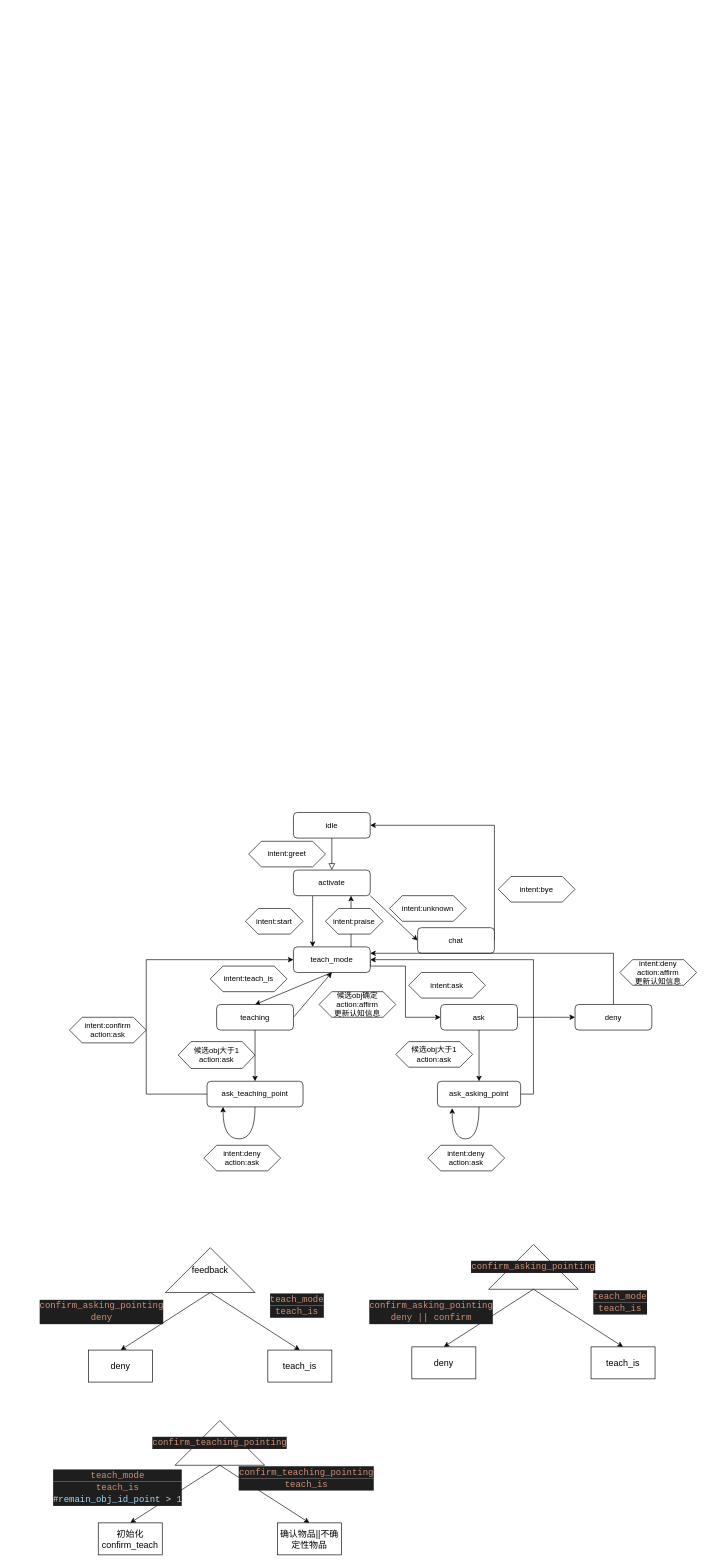
Above: 2.14 lua version.drawio in tongbc/algorithm (draw.io), before the change. Source tidied: cells renumbered, new cells numbered last; positions are measured from the earlier drawing's top-left corner, leaving out a move shared by most shapes. Both pictures are drawn from the tidied source at 64%, with x=0, y=0 at pixel (40, 812).
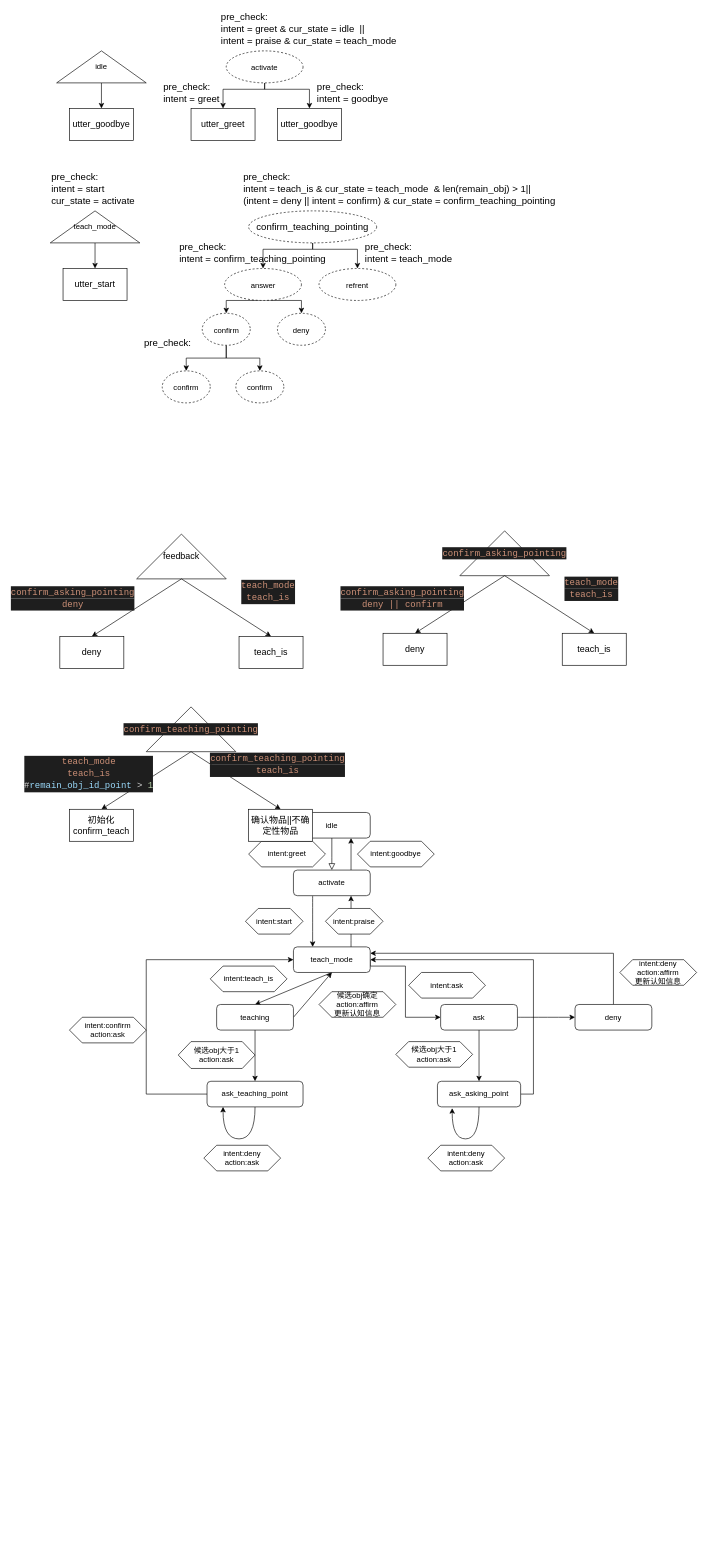
The same page after the edit.

The change refers to these unchanged cells:
```xml
<mxCell id="3" value="idle" style="rounded=1;whiteSpace=wrap;html=1;fontSize=12;glass=0;strokeWidth=1;shadow=0;" parent="1" vertex="1">
  <mxGeometry x="395" width="120" height="40" as="geometry" />
</mxCell>
<mxCell id="6" value="activate" style="rounded=1;whiteSpace=wrap;html=1;fontSize=12;glass=0;strokeWidth=1;shadow=0;" parent="1" vertex="1">
  <mxGeometry x="395" y="90" width="120" height="40" as="geometry" />
</mxCell>
```

What changed in the source:
```diff
@@
     <mxCell id="2" style="rounded=0;html=1;jettySize=auto;fontSize=11;endArrow=block;endFill=0;endSize=8;strokeWidth=1;shadow=0;labelBackgroundColor=none;edgeStyle=orthogonalEdgeStyle;entryX=0.5;entryY=0;entryDx=0;entryDy=0;" parent="1" edge="1" source="3" target="6">
-      <mxGeometry relative="1" as="geometry" />
+      <mxGeometry relative="1" as="geometry">
+        <Array as="points">
+          <mxPoint x="455" y="70" />
+          <mxPoint x="455" y="70" />
+        </Array>
+      </mxGeometry>
     </mxCell>
@@
-    <mxCell id="4" style="rounded=0;jettySize=auto;html=1;exitX=1;exitY=1;exitDx=0;exitDy=0;entryX=0;entryY=0.5;entryDx=0;entryDy=0;" parent="1" edge="1" source="6" target="13">
-      <mxGeometry relative="1" as="geometry" />
-    </mxCell>
@@
+    <mxCell id="62" style="edgeStyle=orthogonalEdgeStyle;rounded=0;jettySize=auto;html=1;exitX=0.75;exitY=0;exitDx=0;exitDy=0;entryX=0.75;entryY=1;entryDx=0;entryDy=0;" parent="1" edge="1" source="6" target="3">
+      <mxGeometry relative="1" as="geometry" />
+    </mxCell>
@@
-    <mxCell id="12" style="edgeStyle=none;rounded=0;jettySize=auto;html=1;exitX=1;exitY=0.5;exitDx=0;exitDy=0;entryX=1;entryY=0.5;entryDx=0;entryDy=0;" parent="1" edge="1" source="13" target="3">
-      <mxGeometry relative="1" as="geometry">
-        <Array as="points">
-          <mxPoint x="709" y="20" />
-        </Array>
-      </mxGeometry>
-    </mxCell>
-    <mxCell id="13" value="chat" style="rounded=1;whiteSpace=wrap;html=1;fontSize=12;glass=0;strokeWidth=1;shadow=0;" parent="1" vertex="1">
-      <mxGeometry x="589" y="180" width="120" height="40" as="geometry" />
-    </mxCell>
-    <mxCell id="14" value="&lt;span&gt;intent:unknown&lt;/span&gt;" style="shape=hexagon;perimeter=hexagonPerimeter2;whiteSpace=wrap;html=1;fixedSize=1;" parent="1" vertex="1">
-      <mxGeometry x="545" y="130" width="120" height="40" as="geometry" />
-    </mxCell>
@@
-    <mxCell id="16" value="&lt;span&gt;intent:bye&lt;/span&gt;" style="shape=hexagon;perimeter=hexagonPerimeter2;whiteSpace=wrap;html=1;fixedSize=1;" parent="1" vertex="1">
-      <mxGeometry x="715" y="100" width="120" height="40" as="geometry" />
-    </mxCell>
@@
     <mxCell id="41" value="&lt;font style=&quot;font-size: 14px&quot;&gt;feedback&lt;/font&gt;" style="triangle;whiteSpace=wrap;html=1;direction=north;" parent="1" vertex="1">
-      <mxGeometry x="195" y="680" width="140" height="70" as="geometry" />
+      <mxGeometry x="150" y="-435" width="140" height="70" as="geometry" />
     </mxCell>
@@
     <mxCell id="44" value="deny" style="rounded=0;whiteSpace=wrap;html=1;fontSize=14;" parent="1" vertex="1">
-      <mxGeometry x="75" y="840" width="100" height="50" as="geometry" />
+      <mxGeometry x="30" y="-275" width="100" height="50" as="geometry" />
     </mxCell>
     <mxCell id="45" value="teach_is" style="rounded=0;whiteSpace=wrap;html=1;fontSize=14;" parent="1" vertex="1">
-      <mxGeometry x="355" y="840" width="100" height="50" as="geometry" />
+      <mxGeometry x="310" y="-275" width="100" height="50" as="geometry" />
     </mxCell>
     <mxCell id="46" value="&lt;div style=&quot;color: rgb(212 , 212 , 212) ; background-color: rgb(30 , 30 , 30) ; font-family: &amp;#34;consolas&amp;#34; , &amp;#34;courier new&amp;#34; , monospace ; line-height: 19px&quot;&gt;&lt;span style=&quot;color: #ce9178&quot;&gt;confirm_asking_pointing&lt;/span&gt;&lt;/div&gt;&lt;div style=&quot;color: rgb(212 , 212 , 212) ; background-color: rgb(30 , 30 , 30) ; font-family: &amp;#34;consolas&amp;#34; , &amp;#34;courier new&amp;#34; , monospace ; line-height: 19px&quot;&gt;&lt;span style=&quot;color: #ce9178&quot;&gt;deny&lt;/span&gt;&lt;/div&gt;" style="text;html=1;align=center;verticalAlign=middle;strokeColor=none;fillColor=none;fontSize=14;" parent="1" vertex="1">
-      <mxGeometry y="760" width="190" height="40" as="geometry" />
+      <mxGeometry x="-45" y="-355" width="190" height="40" as="geometry" />
     </mxCell>
     <mxCell id="47" value="&lt;div style=&quot;color: rgb(212 , 212 , 212) ; background-color: rgb(30 , 30 , 30) ; font-family: &amp;#34;consolas&amp;#34; , &amp;#34;courier new&amp;#34; , monospace ; line-height: 19px&quot;&gt;&lt;span style=&quot;color: #ce9178&quot;&gt;teach_mode&lt;/span&gt;&lt;/div&gt;&lt;div style=&quot;color: rgb(212 , 212 , 212) ; background-color: rgb(30 , 30 , 30) ; font-family: &amp;#34;consolas&amp;#34; , &amp;#34;courier new&amp;#34; , monospace ; line-height: 19px&quot;&gt;&lt;span style=&quot;color: #ce9178&quot;&gt;teach_is&lt;/span&gt;&lt;/div&gt;" style="text;html=1;align=center;verticalAlign=middle;strokeColor=none;fillColor=none;fontSize=14;" parent="1" vertex="1">
-      <mxGeometry x="355" y="750" width="90" height="40" as="geometry" />
+      <mxGeometry x="310" y="-365" width="90" height="40" as="geometry" />
     </mxCell>
     <mxCell id="48" value="&lt;div style=&quot;color: rgb(212 , 212 , 212) ; background-color: rgb(30 , 30 , 30) ; font-family: &amp;#34;consolas&amp;#34; , &amp;#34;courier new&amp;#34; , monospace ; font-size: 14px ; line-height: 19px&quot;&gt;&lt;span style=&quot;color: #ce9178&quot;&gt;confirm_asking_pointing&lt;/span&gt;&lt;/div&gt;" style="triangle;whiteSpace=wrap;html=1;direction=north;" parent="1" vertex="1">
-      <mxGeometry x="700" y="675" width="140" height="70" as="geometry" />
+      <mxGeometry x="655" y="-440" width="140" height="70" as="geometry" />
     </mxCell>
@@
     <mxCell id="51" value="deny" style="rounded=0;whiteSpace=wrap;html=1;fontSize=14;" parent="1" vertex="1">
-      <mxGeometry x="580" y="835" width="100" height="50" as="geometry" />
+      <mxGeometry x="535" y="-280" width="100" height="50" as="geometry" />
     </mxCell>
     <mxCell id="52" value="teach_is" style="rounded=0;whiteSpace=wrap;html=1;fontSize=14;" parent="1" vertex="1">
-      <mxGeometry x="860" y="835" width="100" height="50" as="geometry" />
+      <mxGeometry x="815" y="-280" width="100" height="50" as="geometry" />
     </mxCell>
     <mxCell id="53" value="&lt;div style=&quot;color: rgb(212 , 212 , 212) ; background-color: rgb(30 , 30 , 30) ; font-family: &amp;#34;consolas&amp;#34; , &amp;#34;courier new&amp;#34; , monospace ; line-height: 19px&quot;&gt;&lt;span style=&quot;color: #ce9178&quot;&gt;teach_mode&lt;/span&gt;&lt;/div&gt;&lt;div style=&quot;color: rgb(212 , 212 , 212) ; background-color: rgb(30 , 30 , 30) ; font-family: &amp;#34;consolas&amp;#34; , &amp;#34;courier new&amp;#34; , monospace ; line-height: 19px&quot;&gt;&lt;span style=&quot;color: #ce9178&quot;&gt;teach_is&lt;/span&gt;&lt;/div&gt;" style="text;html=1;align=center;verticalAlign=middle;strokeColor=none;fillColor=none;fontSize=14;" parent="1" vertex="1">
-      <mxGeometry x="860" y="745" width="90" height="40" as="geometry" />
+      <mxGeometry x="815" y="-370" width="90" height="40" as="geometry" />
     </mxCell>
     <mxCell id="54" value="&lt;div style=&quot;color: rgb(212 , 212 , 212) ; background-color: rgb(30 , 30 , 30) ; font-family: &amp;#34;consolas&amp;#34; , &amp;#34;courier new&amp;#34; , monospace ; line-height: 19px&quot;&gt;&lt;span style=&quot;color: #ce9178&quot;&gt;confirm_asking_pointing&lt;/span&gt;&lt;/div&gt;&lt;div style=&quot;color: rgb(212 , 212 , 212) ; background-color: rgb(30 , 30 , 30) ; font-family: &amp;#34;consolas&amp;#34; , &amp;#34;courier new&amp;#34; , monospace ; line-height: 19px&quot;&gt;&lt;span style=&quot;color: #ce9178&quot;&gt;deny || confirm&lt;br&gt;&lt;/span&gt;&lt;/div&gt;" style="text;html=1;align=center;verticalAlign=middle;strokeColor=none;fillColor=none;fontSize=14;" parent="1" vertex="1">
-      <mxGeometry x="515" y="760" width="190" height="40" as="geometry" />
+      <mxGeometry x="470" y="-355" width="190" height="40" as="geometry" />
     </mxCell>
     <mxCell id="55" value="&lt;div style=&quot;color: rgb(212 , 212 , 212) ; background-color: rgb(30 , 30 , 30) ; font-family: &amp;#34;consolas&amp;#34; , &amp;#34;courier new&amp;#34; , monospace ; font-size: 14px ; line-height: 19px&quot;&gt;&lt;div style=&quot;font-family: &amp;#34;consolas&amp;#34; , &amp;#34;courier new&amp;#34; , monospace ; line-height: 19px&quot;&gt;&lt;span style=&quot;color: #ce9178&quot;&gt;confirm_teaching_pointing&lt;/span&gt;&lt;/div&gt;&lt;/div&gt;" style="triangle;whiteSpace=wrap;html=1;direction=north;" parent="1" vertex="1">
-      <mxGeometry x="210" y="950" width="140" height="70" as="geometry" />
+      <mxGeometry x="165" y="-165" width="140" height="70" as="geometry" />
     </mxCell>
@@
     <mxCell id="58" value="初始化confirm_teach" style="rounded=0;whiteSpace=wrap;html=1;fontSize=14;" parent="1" vertex="1">
-      <mxGeometry x="90" y="1110" width="100" height="50" as="geometry" />
+      <mxGeometry x="45" y="-5" width="100" height="50" as="geometry" />
     </mxCell>
     <mxCell id="59" value="确认物品||不确定性物品" style="rounded=0;whiteSpace=wrap;html=1;fontSize=14;" parent="1" vertex="1">
-      <mxGeometry x="370" y="1110" width="100" height="50" as="geometry" />
+      <mxGeometry x="325" y="-5" width="100" height="50" as="geometry" />
     </mxCell>
     <mxCell id="60" value="&lt;div style=&quot;color: rgb(212 , 212 , 212) ; background-color: rgb(30 , 30 , 30) ; font-family: &amp;#34;consolas&amp;#34; , &amp;#34;courier new&amp;#34; , monospace ; line-height: 19px&quot;&gt;&lt;span style=&quot;color: rgb(206 , 145 , 120)&quot;&gt;confirm_teaching_pointing&lt;/span&gt;&lt;br&gt;&lt;/div&gt;&lt;div style=&quot;color: rgb(212 , 212 , 212) ; background-color: rgb(30 , 30 , 30) ; font-family: &amp;#34;consolas&amp;#34; , &amp;#34;courier new&amp;#34; , monospace ; line-height: 19px&quot;&gt;&lt;span style=&quot;color: #ce9178&quot;&gt;teach_is&lt;/span&gt;&lt;/div&gt;" style="text;html=1;align=center;verticalAlign=middle;strokeColor=none;fillColor=none;fontSize=14;" parent="1" vertex="1">
-      <mxGeometry x="310" y="1020" width="210" height="40" as="geometry" />
+      <mxGeometry x="265" y="-95" width="210" height="40" as="geometry" />
     </mxCell>
     <mxCell id="61" value="&lt;div style=&quot;color: rgb(212 , 212 , 212) ; background-color: rgb(30 , 30 , 30) ; font-family: &amp;#34;consolas&amp;#34; , &amp;#34;courier new&amp;#34; , monospace ; line-height: 19px&quot;&gt;&lt;div style=&quot;font-family: &amp;#34;consolas&amp;#34; , &amp;#34;courier new&amp;#34; , monospace ; line-height: 19px&quot;&gt;&lt;span style=&quot;color: #ce9178&quot;&gt;teach_mode&lt;/span&gt;&lt;/div&gt;&lt;/div&gt;&lt;div style=&quot;color: rgb(212 , 212 , 212) ; background-color: rgb(30 , 30 , 30) ; font-family: &amp;#34;consolas&amp;#34; , &amp;#34;courier new&amp;#34; , monospace ; line-height: 19px&quot;&gt;&lt;div style=&quot;font-family: &amp;#34;consolas&amp;#34; , &amp;#34;courier new&amp;#34; , monospace ; line-height: 19px&quot;&gt;&lt;span style=&quot;color: #ce9178&quot;&gt;teach_is&lt;/span&gt;&lt;/div&gt;&lt;div style=&quot;font-family: &amp;#34;consolas&amp;#34; , &amp;#34;courier new&amp;#34; , monospace ; line-height: 19px&quot;&gt;&lt;div style=&quot;line-height: 19px&quot;&gt;#&lt;span style=&quot;color: #9cdcfe&quot;&gt;remain_obj_id_point&lt;/span&gt; &amp;gt; &lt;span style=&quot;color: #b5cea8&quot;&gt;1&lt;/span&gt;&lt;/div&gt;&lt;/div&gt;&lt;/div&gt;" style="text;html=1;align=center;verticalAlign=middle;strokeColor=none;fillColor=none;fontSize=14;" parent="1" vertex="1">
-      <mxGeometry x="20" y="1025" width="200" height="60" as="geometry" />
+      <mxGeometry x="-25" y="-90" width="200" height="60" as="geometry" />
     </mxCell>
+    <mxCell id="63" value="&lt;span&gt;intent:goodbye&lt;/span&gt;" style="shape=hexagon;perimeter=hexagonPerimeter2;whiteSpace=wrap;html=1;fixedSize=1;" parent="1" vertex="1">
+      <mxGeometry x="495" y="45" width="120" height="40" as="geometry" />
+    </mxCell>
+    <mxCell id="64" style="edgeStyle=orthogonalEdgeStyle;rounded=0;jettySize=auto;html=1;exitX=0;exitY=0.5;exitDx=0;exitDy=0;entryX=0.5;entryY=0;entryDx=0;entryDy=0;" parent="1" edge="1" source="65" target="67">
+      <mxGeometry relative="1" as="geometry" />
+    </mxCell>
+    <mxCell id="65" value="idle" style="triangle;whiteSpace=wrap;html=1;direction=north;" parent="1" vertex="1">
+      <mxGeometry x="25" y="-1190" width="140" height="50" as="geometry" />
+    </mxCell>
+    <mxCell id="66" value="&lt;font style=&quot;font-size: 15px&quot;&gt;pre_check:&lt;br&gt;intent = start&lt;br&gt;cur_state = activate&lt;/font&gt;" style="text;html=1;align=left;verticalAlign=middle;strokeColor=none;fillColor=none;" parent="1" vertex="1">
+      <mxGeometry x="15" y="-1000" width="150" height="50" as="geometry" />
+    </mxCell>
+    <mxCell id="67" value="utter_goodbye" style="rounded=0;whiteSpace=wrap;html=1;fontSize=14;" parent="1" vertex="1">
+      <mxGeometry x="45" y="-1100" width="100" height="50" as="geometry" />
+    </mxCell>
+    <mxCell id="68" style="edgeStyle=orthogonalEdgeStyle;rounded=0;jettySize=auto;html=1;exitX=0;exitY=0.5;exitDx=0;exitDy=0;entryX=0.5;entryY=0;entryDx=0;entryDy=0;" parent="1" edge="1" target="70">
+      <mxGeometry relative="1" as="geometry">
+        <mxPoint x="350" y="-1140" as="sourcePoint" />
+        <Array as="points">
+          <mxPoint x="350" y="-1130" />
+          <mxPoint x="285" y="-1130" />
+        </Array>
+      </mxGeometry>
+    </mxCell>
+    <mxCell id="69" value="&lt;font style=&quot;font-size: 15px&quot;&gt;pre_check:&lt;br&gt;intent = greet &amp;amp; cur_state = idle&amp;nbsp; ||&lt;br&gt;intent = praise &amp;amp; cur_state = teach_mode&lt;br&gt;&lt;/font&gt;" style="text;html=1;align=left;verticalAlign=middle;strokeColor=none;fillColor=none;" parent="1" vertex="1">
+      <mxGeometry x="280" y="-1250" width="290" height="50" as="geometry" />
+    </mxCell>
+    <mxCell id="70" value="utter_greet" style="rounded=0;whiteSpace=wrap;html=1;fontSize=14;" parent="1" vertex="1">
+      <mxGeometry x="235" y="-1100" width="100" height="50" as="geometry" />
+    </mxCell>
+    <mxCell id="71" style="edgeStyle=orthogonalEdgeStyle;rounded=0;jettySize=auto;html=1;exitX=0.5;exitY=1;exitDx=0;exitDy=0;entryX=0.5;entryY=0;entryDx=0;entryDy=0;fontSize=15;" parent="1" edge="1" source="72" target="73">
+      <mxGeometry relative="1" as="geometry">
+        <Array as="points">
+          <mxPoint x="350" y="-1130" />
+          <mxPoint x="420" y="-1130" />
+        </Array>
+      </mxGeometry>
+    </mxCell>
+    <mxCell id="72" value="&lt;span style=&quot;font-size: 12px&quot;&gt;activate&lt;/span&gt;" style="ellipse;whiteSpace=wrap;html=1;fontSize=15;dashed=1;" parent="1" vertex="1">
+      <mxGeometry x="290" y="-1190" width="120" height="50" as="geometry" />
+    </mxCell>
+    <mxCell id="73" value="utter_goodbye" style="rounded=0;whiteSpace=wrap;html=1;fontSize=14;" parent="1" vertex="1">
+      <mxGeometry x="370" y="-1100" width="100" height="50" as="geometry" />
+    </mxCell>
+    <mxCell id="74" value="&lt;font style=&quot;font-size: 15px&quot;&gt;pre_check:&lt;br&gt;intent = greet&lt;br&gt;&lt;/font&gt;" style="text;html=1;align=left;verticalAlign=middle;strokeColor=none;fillColor=none;" parent="1" vertex="1">
+      <mxGeometry x="190" y="-1140" width="100" height="30" as="geometry" />
+    </mxCell>
+    <mxCell id="75" value="&lt;font style=&quot;font-size: 15px&quot;&gt;pre_check:&lt;br&gt;intent = goodbye&lt;br&gt;&lt;/font&gt;" style="text;html=1;align=left;verticalAlign=middle;strokeColor=none;fillColor=none;" parent="1" vertex="1">
+      <mxGeometry x="430" y="-1140" width="130" height="30" as="geometry" />
+    </mxCell>
+    <mxCell id="76" style="edgeStyle=orthogonalEdgeStyle;rounded=0;jettySize=auto;html=1;exitX=0;exitY=0.5;exitDx=0;exitDy=0;entryX=0.5;entryY=0;entryDx=0;entryDy=0;" parent="1" edge="1" source="77" target="78">
+      <mxGeometry relative="1" as="geometry" />
+    </mxCell>
+    <mxCell id="77" value="teach_mode" style="triangle;whiteSpace=wrap;html=1;direction=north;" parent="1" vertex="1">
+      <mxGeometry x="15" y="-940" width="140" height="50" as="geometry" />
+    </mxCell>
+    <mxCell id="78" value="utter_start" style="rounded=0;whiteSpace=wrap;html=1;fontSize=14;" parent="1" vertex="1">
+      <mxGeometry x="35" y="-850" width="100" height="50" as="geometry" />
+    </mxCell>
+    <mxCell id="79" value="&lt;font style=&quot;font-size: 15px&quot;&gt;pre_check:&lt;br&gt;intent = teach_is &amp;amp; cur_state = teach_mode&amp;nbsp; &amp;amp; len(remain_obj) &amp;gt; 1||&lt;br&gt;(intent = deny || intent = confirm) &amp;amp; cur_state = confirm_teaching_pointing&lt;br&gt;&lt;/font&gt;" style="text;html=1;align=left;verticalAlign=middle;strokeColor=none;fillColor=none;" parent="1" vertex="1">
+      <mxGeometry x="315" y="-1000" width="510" height="50" as="geometry" />
+    </mxCell>
+    <mxCell id="80" style="edgeStyle=orthogonalEdgeStyle;rounded=0;jettySize=auto;html=1;exitX=0.5;exitY=1;exitDx=0;exitDy=0;entryX=0.5;entryY=0;entryDx=0;entryDy=0;fontSize=15;" parent="1" edge="1" source="82">
+      <mxGeometry relative="1" as="geometry">
+        <mxPoint x="495" y="-850" as="targetPoint" />
+        <Array as="points">
+          <mxPoint x="425" y="-880" />
+          <mxPoint x="495" y="-880" />
+        </Array>
+      </mxGeometry>
+    </mxCell>
+    <mxCell id="81" style="edgeStyle=orthogonalEdgeStyle;rounded=0;jettySize=auto;html=1;exitX=0.5;exitY=1;exitDx=0;exitDy=0;entryX=0.5;entryY=0;entryDx=0;entryDy=0;fontSize=15;fontColor=#000000;" parent="1" edge="1" source="82" target="87">
+      <mxGeometry relative="1" as="geometry">
+        <Array as="points">
+          <mxPoint x="425" y="-880" />
+          <mxPoint x="348" y="-880" />
+        </Array>
+      </mxGeometry>
+    </mxCell>
+    <mxCell id="82" value="confirm_teaching_pointing" style="ellipse;whiteSpace=wrap;html=1;fontSize=15;dashed=1;" parent="1" vertex="1">
+      <mxGeometry x="325" y="-940" width="200" height="50" as="geometry" />
+    </mxCell>
+    <mxCell id="83" value="&lt;font style=&quot;font-size: 15px&quot;&gt;pre_check:&lt;br&gt;intent = confirm_teaching_pointing&lt;br&gt;&lt;/font&gt;" style="text;html=1;align=left;verticalAlign=middle;strokeColor=none;fillColor=none;" parent="1" vertex="1">
+      <mxGeometry x="215" y="-890" width="250" height="30" as="geometry" />
+    </mxCell>
+    <mxCell id="84" value="&lt;font style=&quot;font-size: 15px&quot;&gt;pre_check:&lt;br&gt;intent = teach_mode&lt;br&gt;&lt;/font&gt;" style="text;html=1;align=left;verticalAlign=middle;strokeColor=none;fillColor=none;" parent="1" vertex="1">
+      <mxGeometry x="505" y="-890" width="150" height="30" as="geometry" />
+    </mxCell>
+    <mxCell id="85" style="edgeStyle=orthogonalEdgeStyle;rounded=0;jettySize=auto;html=1;exitX=0.5;exitY=1;exitDx=0;exitDy=0;entryX=0.5;entryY=0;entryDx=0;entryDy=0;fontSize=15;fontColor=#000000;" parent="1" edge="1" source="87" target="91">
+      <mxGeometry relative="1" as="geometry">
+        <Array as="points">
+          <mxPoint x="290.5" y="-800" />
+        </Array>
+      </mxGeometry>
+    </mxCell>
+    <mxCell id="86" style="edgeStyle=orthogonalEdgeStyle;rounded=0;jettySize=auto;html=1;exitX=0.5;exitY=1;exitDx=0;exitDy=0;entryX=0.5;entryY=0;entryDx=0;entryDy=0;fontSize=15;fontColor=#000000;" parent="1" edge="1" source="87" target="92">
+      <mxGeometry relative="1" as="geometry">
+        <Array as="points">
+          <mxPoint x="408" y="-800" />
+        </Array>
+      </mxGeometry>
+    </mxCell>
+    <mxCell id="87" value="&lt;span style=&quot;font-size: 12px&quot;&gt;answer&lt;/span&gt;" style="ellipse;whiteSpace=wrap;html=1;fontSize=15;dashed=1;" parent="1" vertex="1">
+      <mxGeometry x="287.5" y="-850" width="120" height="50" as="geometry" />
+    </mxCell>
+    <mxCell id="88" value="&lt;span style=&quot;font-size: 12px&quot;&gt;refrent&lt;/span&gt;" style="ellipse;whiteSpace=wrap;html=1;fontSize=15;dashed=1;" parent="1" vertex="1">
+      <mxGeometry x="435" y="-850" width="120" height="50" as="geometry" />
+    </mxCell>
+    <mxCell id="89" style="edgeStyle=orthogonalEdgeStyle;rounded=0;jettySize=auto;html=1;exitX=0.5;exitY=1;exitDx=0;exitDy=0;entryX=0.5;entryY=0;entryDx=0;entryDy=0;fontSize=15;fontColor=#000000;" parent="1" edge="1" source="91" target="93">
+      <mxGeometry relative="1" as="geometry" />
+    </mxCell>
+    <mxCell id="90" style="edgeStyle=orthogonalEdgeStyle;rounded=0;jettySize=auto;html=1;exitX=0.5;exitY=1;exitDx=0;exitDy=0;entryX=0.5;entryY=0;entryDx=0;entryDy=0;fontSize=15;fontColor=#000000;" parent="1" edge="1" source="91" target="94">
+      <mxGeometry relative="1" as="geometry" />
+    </mxCell>
+    <mxCell id="91" value="&lt;span style=&quot;font-size: 12px&quot;&gt;confirm&lt;/span&gt;" style="ellipse;whiteSpace=wrap;html=1;fontSize=15;dashed=1;" parent="1" vertex="1">
+      <mxGeometry x="252.5" y="-780" width="75" height="50" as="geometry" />
+    </mxCell>
+    <mxCell id="92" value="&lt;span style=&quot;font-size: 12px&quot;&gt;deny&lt;br&gt;&lt;/span&gt;" style="ellipse;whiteSpace=wrap;html=1;fontSize=15;dashed=1;" parent="1" vertex="1">
+      <mxGeometry x="370" y="-780" width="75" height="50" as="geometry" />
+    </mxCell>
+    <mxCell id="93" value="&lt;span style=&quot;font-size: 12px&quot;&gt;confirm&lt;/span&gt;" style="ellipse;whiteSpace=wrap;html=1;fontSize=15;dashed=1;" parent="1" vertex="1">
+      <mxGeometry x="190" y="-690" width="75" height="50" as="geometry" />
+    </mxCell>
+    <mxCell id="94" value="&lt;span style=&quot;font-size: 12px&quot;&gt;confirm&lt;/span&gt;" style="ellipse;whiteSpace=wrap;html=1;fontSize=15;dashed=1;" parent="1" vertex="1">
+      <mxGeometry x="305" y="-690" width="75" height="50" as="geometry" />
+    </mxCell>
+    <mxCell id="95" value="&lt;font style=&quot;font-size: 15px&quot;&gt;pre_check:&lt;br&gt;&lt;br&gt;&lt;/font&gt;" style="text;html=1;align=left;verticalAlign=middle;strokeColor=none;fillColor=none;" parent="1" vertex="1">
+      <mxGeometry x="160" y="-740" width="90" height="30" as="geometry" />
+    </mxCell>
```
